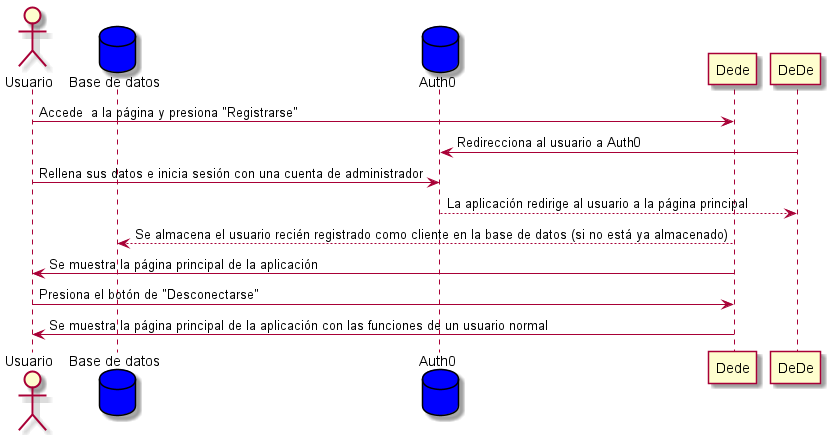
Above: images/CierreSesión.png in Arquisoft/dede_es2a (PlantUML), before the change.
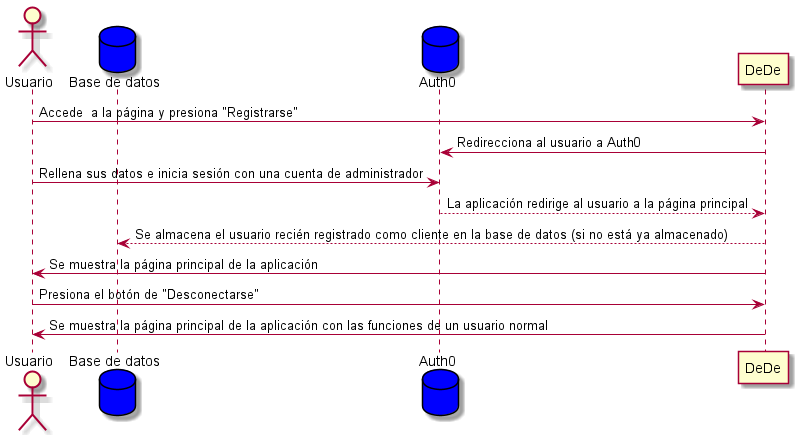
The same diagram one commit later.

What changed in the source:
```diff
@@ -2,12 +2,12 @@
 actor Usuario
 database BaseDeDatos as "Base de datos" #blue
 database Auth0 as "Auth0" #blue
-Usuario -> Dede: Accede  a la página y presiona "Registrarse"
+Usuario -> DeDe: Accede  a la página y presiona "Registrarse"
 DeDe -> Auth0: Redirecciona al usuario a Auth0
 Usuario -> Auth0: Rellena sus datos e inicia sesión con una cuenta de administrador
 DeDe <-- Auth0: La aplicación redirige al usuario a la página principal
-BaseDeDatos <-- Dede: Se almacena el usuario recién registrado como cliente en la base de datos (si no está ya almacenado)
-Usuario <- Dede: Se muestra la página principal de la aplicación
-Usuario -> Dede: Presiona el botón de "Desconectarse"
-Usuario <- Dede: Se muestra la página principal de la aplicación con las funciones de un usuario normal
+DeDe --> BaseDeDatos: Se almacena el usuario recién registrado como cliente en la base de datos (si no está ya almacenado)
+Usuario <- DeDe: Se muestra la página principal de la aplicación
+Usuario -> DeDe: Presiona el botón de "Desconectarse"
+Usuario <- DeDe: Se muestra la página principal de la aplicación con las funciones de un usuario normal
 @enduml
```
